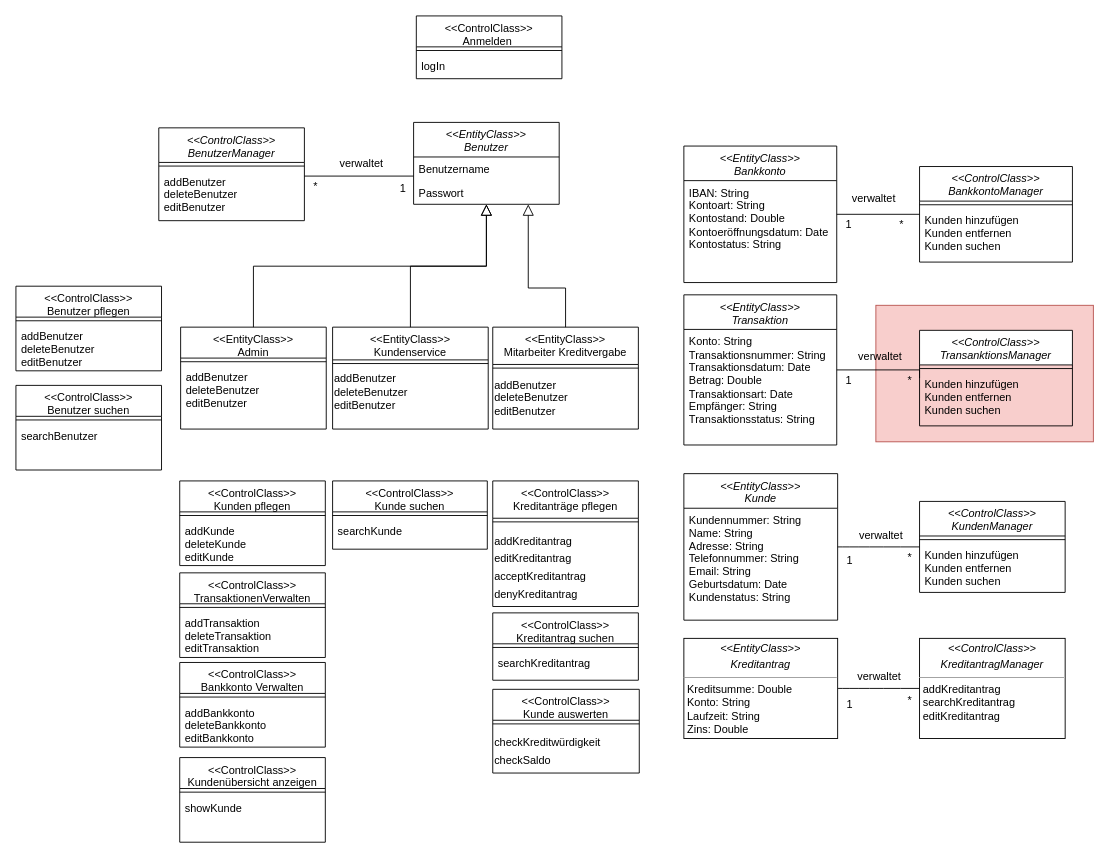
Earlier version of the draw.io diagram page "Technischer Entwurf" (5 of 5) of Datenmodell.drawio (JaSc2912/VerteilteAnwendungen). Source tidied: cells renumbered, new cells numbered last; positions are measured from the earlier drawing's top-left corner, leaving out a move shared by most shapes. Both pictures are drawn from the tidied source at 91%, with x=0, y=0 at pixel (15, 15).
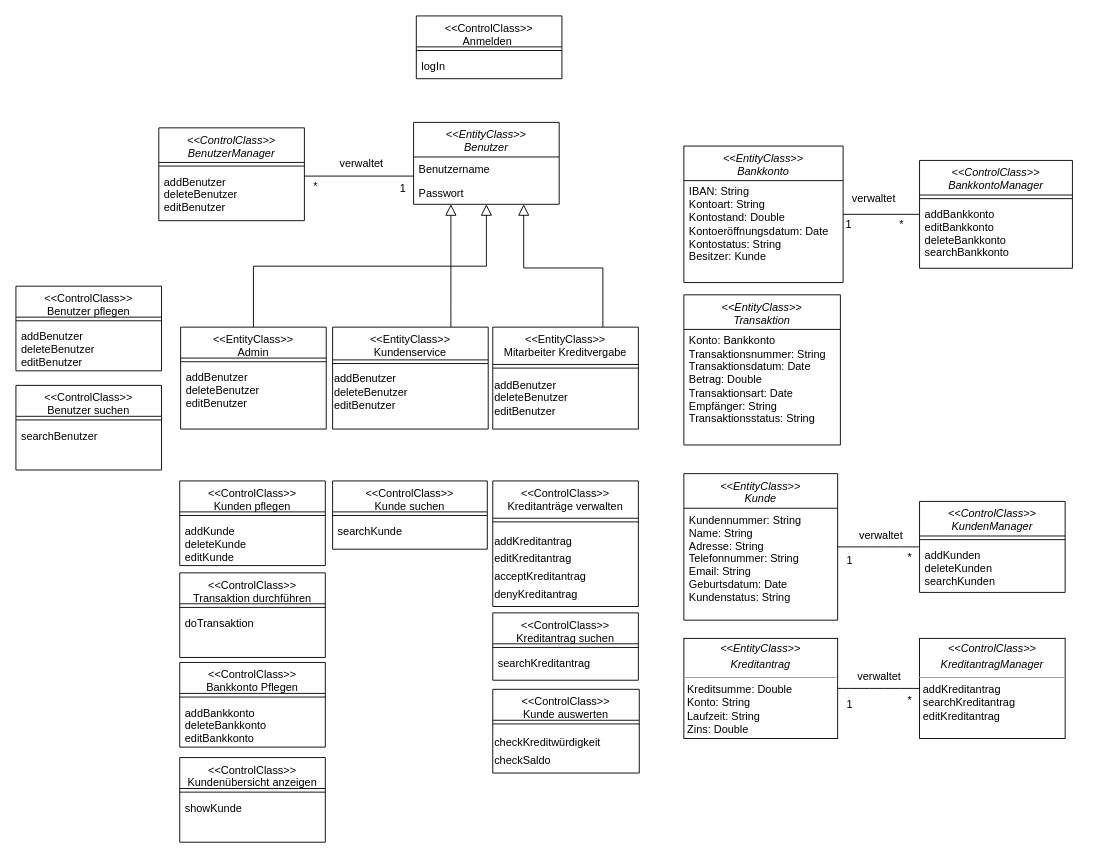
The same diagram, later.

Unchanged cells that the change refers to:
```xml
<mxCell id="3" value="&lt;&lt;EntityClass&gt;&gt;&#10;Benutzer" style="swimlane;fontStyle=2;align=center;verticalAlign=top;horizontal=1;startSize=38;rounded=0;shadow=0;strokeWidth=1;" parent="1" vertex="1">
  <mxGeometry x="437" y="117" width="160" height="90" as="geometry" />
</mxCell>
<mxCell id="10" value="&lt;&lt;EntityClass&gt;&gt;&#10;Kundenservice" style="swimlane;fontStyle=0;align=center;verticalAlign=top;horizontal=1;startSize=36;rounded=0;shadow=0;strokeWidth=1;" parent="1" vertex="1">
  <mxGeometry x="348" y="342" width="171" height="112" as="geometry" />
</mxCell>
<mxCell id="14" value="&lt;&lt;EntityClass&gt;&gt;&#10;Mitarbeiter Kreditvergabe" style="swimlane;fontStyle=0;align=center;verticalAlign=top;horizontal=1;startSize=41;rounded=0;shadow=0;strokeWidth=1;" parent="1" vertex="1">
  <mxGeometry x="524" y="342" width="160" height="112" as="geometry" />
</mxCell>
<mxCell id="28" value="&lt;&lt;ControlClass&gt;&gt;&#10;KundenManager" style="swimlane;fontStyle=2;align=center;verticalAlign=top;horizontal=1;startSize=38;rounded=0;shadow=0;strokeWidth=1;" parent="1" vertex="1">
  <mxGeometry x="993" y="533.5" width="160" height="100" as="geometry" />
</mxCell>
```

What changed in the source:
```diff
@@
-    <mxCell id="2" style="rounded=0;whiteSpace=wrap;html=1;fillColor=#f8cecc;strokeColor=#b85450;rotation=0;" parent="1" vertex="1">
-      <mxGeometry x="945" y="318" width="239" height="150" as="geometry" />
-    </mxCell>
@@
-    <mxCell id="13" style="endArrow=block;endSize=10;endFill=0;shadow=0;strokeWidth=1;rounded=0;curved=0;edgeStyle=elbowEdgeStyle;elbow=vertical;fontSize=12;" parent="1" edge="1" source="10" target="3">
-      <mxGeometry relative="1" as="geometry" />
+    <mxCell id="13" style="endArrow=block;endSize=10;endFill=0;shadow=0;strokeWidth=1;rounded=0;curved=0;edgeStyle=elbowEdgeStyle;elbow=vertical;fontSize=12;" parent="1" edge="1">
+      <mxGeometry relative="1" as="geometry">
+        <mxPoint x="478" y="342" as="sourcePoint" />
+        <mxPoint x="478" y="207" as="targetPoint" />
+        <Array as="points">
+          <mxPoint x="478" y="317" />
+        </Array>
+      </mxGeometry>
     </mxCell>
@@
-    <mxCell id="16" style="endArrow=block;endSize=10;endFill=0;shadow=0;strokeWidth=1;rounded=0;curved=0;edgeStyle=elbowEdgeStyle;elbow=vertical;fontSize=12;exitX=0.5;exitY=0;exitDx=0;exitDy=0;" parent="1" edge="1" source="14" target="3">
+    <mxCell id="16" style="endArrow=block;endSize=10;endFill=0;shadow=0;strokeWidth=1;rounded=0;curved=0;edgeStyle=elbowEdgeStyle;elbow=vertical;fontSize=12;exitX=0.5;exitY=0;exitDx=0;exitDy=0;" parent="1" edge="1">
       <mxGeometry relative="1" as="geometry">
+        <mxPoint x="645" y="342" as="sourcePoint" />
+        <mxPoint x="558" y="207" as="targetPoint" />
         <Array as="points">
-          <mxPoint x="563" y="299" />
+          <mxPoint x="605" y="277" />
         </Array>
       </mxGeometry>
     </mxCell>
@@
     <mxCell id="21" value="&lt;&lt;EntityClass&gt;&gt;&#10;Bankkonto" style="swimlane;fontStyle=2;align=center;verticalAlign=top;horizontal=1;startSize=38;rounded=0;shadow=0;strokeWidth=1;" parent="1" vertex="1">
-      <mxGeometry x="734" y="143" width="168" height="150" as="geometry" />
+      <mxGeometry x="734" y="143" width="175" height="150" as="geometry" />
     </mxCell>
-    <mxCell id="22" value="&lt;p align=&quot;left&quot; style=&quot;margin:0px;margin-left:4px;&quot;&gt;IBAN: String&lt;/p&gt;&lt;p align=&quot;left&quot; style=&quot;margin:0px;margin-left:4px;&quot;&gt;Kontoart: String&lt;/p&gt;&lt;p align=&quot;left&quot; style=&quot;margin:0px;margin-left:4px;&quot;&gt;Kontostand: Double&lt;/p&gt;&lt;p align=&quot;left&quot; style=&quot;margin:0px;margin-left:4px;&quot;&gt;Kontoeröffnungsdatum: Date&lt;/p&gt;&lt;p align=&quot;left&quot; style=&quot;margin:0px;margin-left:4px;&quot;&gt;Kontostatus: String&lt;/p&gt;" style="text;html=1;align=left;verticalAlign=middle;strokeColor=none;fillColor=none;" parent="21" vertex="1">
-      <mxGeometry y="38" width="168" height="84" as="geometry" />
+    <mxCell id="22" value="&lt;p align=&quot;left&quot; style=&quot;margin:0px;margin-left:4px;&quot;&gt;IBAN: String&lt;/p&gt;&lt;p align=&quot;left&quot; style=&quot;margin:0px;margin-left:4px;&quot;&gt;Kontoart: String&lt;/p&gt;&lt;p align=&quot;left&quot; style=&quot;margin:0px;margin-left:4px;&quot;&gt;Kontostand: Double&lt;/p&gt;&lt;p align=&quot;left&quot; style=&quot;margin:0px;margin-left:4px;&quot;&gt;Kontoeröffnungsdatum: Date&lt;/p&gt;&lt;p align=&quot;left&quot; style=&quot;margin:0px;margin-left:4px;&quot;&gt;Kontostatus: String&lt;/p&gt;&lt;p align=&quot;left&quot; style=&quot;margin:0px;margin-left:4px;&quot;&gt;Besitzer: Kunde&lt;/p&gt;" style="text;html=1;align=left;verticalAlign=middle;strokeColor=none;fillColor=none;" parent="21" vertex="1">
+      <mxGeometry y="38" width="175" height="96" as="geometry" />
     </mxCell>
     <mxCell id="23" value="&lt;&lt;EntityClass&gt;&gt;&#10;Transaktion" style="swimlane;fontStyle=2;align=center;verticalAlign=top;horizontal=1;startSize=38;rounded=0;shadow=0;strokeWidth=1;" parent="1" vertex="1">
-      <mxGeometry x="734" y="306.5" width="168" height="165" as="geometry" />
+      <mxGeometry x="734" y="306.5" width="172" height="165" as="geometry" />
     </mxCell>
-    <mxCell id="24" value="&lt;p align=&quot;left&quot; style=&quot;margin:0px;margin-left:4px;&quot;&gt;Konto: String&lt;br&gt;&lt;/p&gt;&lt;p align=&quot;left&quot; style=&quot;margin:0px;margin-left:4px;&quot;&gt;Transaktionsnummer: String&lt;/p&gt;&lt;p align=&quot;left&quot; style=&quot;margin:0px;margin-left:4px;&quot;&gt;Transaktionsdatum: Date&lt;/p&gt;&lt;p align=&quot;left&quot; style=&quot;margin:0px;margin-left:4px;&quot;&gt;Betrag: Double&lt;/p&gt;&lt;p align=&quot;left&quot; style=&quot;margin:0px;margin-left:4px;&quot;&gt;Transaktionsart: Date&lt;/p&gt;&lt;p align=&quot;left&quot; style=&quot;margin:0px;margin-left:4px;&quot;&gt;Empfänger: String&lt;/p&gt;&lt;p align=&quot;left&quot; style=&quot;margin:0px;margin-left:4px;&quot;&gt;Transaktionsstatus: String&lt;/p&gt;" style="text;html=1;align=left;verticalAlign=middle;strokeColor=none;fillColor=none;" parent="23" vertex="1">
-      <mxGeometry y="38" width="168" height="113" as="geometry" />
+    <mxCell id="24" value="&lt;p align=&quot;left&quot; style=&quot;margin:0px;margin-left:4px;&quot;&gt;Konto: Bankkonto&lt;br&gt;&lt;/p&gt;&lt;p align=&quot;left&quot; style=&quot;margin:0px;margin-left:4px;&quot;&gt;Transaktionsnummer: String&lt;/p&gt;&lt;p align=&quot;left&quot; style=&quot;margin:0px;margin-left:4px;&quot;&gt;Transaktionsdatum: Date&lt;/p&gt;&lt;p align=&quot;left&quot; style=&quot;margin:0px;margin-left:4px;&quot;&gt;Betrag: Double&lt;/p&gt;&lt;p align=&quot;left&quot; style=&quot;margin:0px;margin-left:4px;&quot;&gt;Transaktionsart: Date&lt;/p&gt;&lt;p align=&quot;left&quot; style=&quot;margin:0px;margin-left:4px;&quot;&gt;Empfänger: String&lt;/p&gt;&lt;p align=&quot;left&quot; style=&quot;margin:0px;margin-left:4px;&quot;&gt;Transaktionsstatus: String&lt;/p&gt;" style="text;html=1;align=left;verticalAlign=middle;strokeColor=none;fillColor=none;" parent="23" vertex="1">
+      <mxGeometry y="38" width="172" height="110" as="geometry" />
     </mxCell>
@@
-    <mxCell id="30" value="Kunden hinzufügen&#10;Kunden entfernen&#10;Kunden suchen" style="text;align=left;verticalAlign=top;spacingLeft=4;spacingRight=4;overflow=hidden;" parent="28" vertex="1">
+    <mxCell id="30" value="addKunden&#10;deleteKunden&#10;searchKunden" style="text;align=left;verticalAlign=top;spacingLeft=4;spacingRight=4;overflow=hidden;" parent="28" vertex="1">
       <mxGeometry y="46" width="160" height="54" as="geometry" />
     </mxCell>
     <mxCell id="31" value="&lt;&lt;ControlClass&gt;&gt;&#10;BankkontoManager" style="swimlane;fontStyle=2;align=center;verticalAlign=top;horizontal=1;startSize=38;rounded=0;shadow=0;strokeWidth=1;" parent="1" vertex="1">
-      <mxGeometry x="993" y="165.5" width="168" height="105" as="geometry" />
+      <mxGeometry x="993" y="158.8" width="168" height="118.5" as="geometry" />
     </mxCell>
@@
-    <mxCell id="33" value="Kunden hinzufügen&#10;Kunden entfernen&#10;Kunden suchen" style="text;align=left;verticalAlign=top;spacingLeft=4;spacingRight=4;overflow=hidden;" parent="31" vertex="1">
-      <mxGeometry y="46" width="168" height="54" as="geometry" />
+    <mxCell id="33" value="addBankkonto&#10;editBankkonto&#10;deleteBankkonto&#10;searchBankkonto" style="text;align=left;verticalAlign=top;spacingLeft=4;spacingRight=4;overflow=hidden;" parent="31" vertex="1">
+      <mxGeometry y="46" width="168" height="70" as="geometry" />
     </mxCell>
@@
-    <mxCell id="36" style="edgeStyle=orthogonalEdgeStyle;rounded=0;jettySize=auto;html=1;exitX=0;exitY=0.5;exitDx=0;exitDy=0;endArrow=none;startFill=0;" parent="1" edge="1" source="37" target="23">
-      <mxGeometry relative="1" as="geometry">
-        <Array as="points">
-          <mxPoint x="993" y="389" />
-        </Array>
-      </mxGeometry>
-    </mxCell>
-    <mxCell id="37" value="&lt;&lt;ControlClass&gt;&gt;&#10;TransanktionsManager" style="swimlane;fontStyle=2;align=center;verticalAlign=top;horizontal=1;startSize=38;rounded=0;shadow=0;strokeWidth=1;" parent="1" vertex="1">
-      <mxGeometry x="993" y="345.5" width="168" height="105" as="geometry" />
-    </mxCell>
-    <mxCell id="38" style="line;html=1;strokeWidth=1;align=left;verticalAlign=middle;spacingTop=-1;spacingLeft=3;spacingRight=3;labelPosition=right;" parent="37" vertex="1">
-      <mxGeometry y="38" width="168" height="8" as="geometry" />
-    </mxCell>
-    <mxCell id="39" value="Kunden hinzufügen&#10;Kunden entfernen&#10;Kunden suchen" style="text;align=left;verticalAlign=top;spacingLeft=4;spacingRight=4;overflow=hidden;" parent="37" vertex="1">
-      <mxGeometry y="46" width="168" height="54" as="geometry" />
-    </mxCell>
-    <mxCell id="40" value="verwaltet" style="text;strokeColor=none;fillColor=none;html=1;align=center;verticalAlign=middle;whiteSpace=wrap;rounded=0;fontSize=12;" parent="1" vertex="1">
-      <mxGeometry x="916" y="360" width="68" height="30" as="geometry" />
-    </mxCell>
@@
-    <mxCell id="43" value="1" style="text;html=1;align=center;verticalAlign=middle;strokeColor=none;fillColor=none;" parent="1" vertex="1">
-      <mxGeometry x="902" y="388" width="25" height="26" as="geometry" />
-    </mxCell>
-    <mxCell id="44" value="*" style="text;html=1;align=center;verticalAlign=middle;strokeColor=none;fillColor=none;" parent="1" vertex="1">
-      <mxGeometry x="970" y="388" width="23" height="26" as="geometry" />
-    </mxCell>
@@
-    <mxCell id="57" value="&lt;&lt;ControlClass&gt;&gt;&#10;Kreditanträge pflegen" style="swimlane;fontStyle=0;align=center;verticalAlign=top;horizontal=1;startSize=41;rounded=0;shadow=0;strokeWidth=1;" parent="1" vertex="1">
+    <mxCell id="57" value="&lt;&lt;ControlClass&gt;&gt;&#10;Kreditanträge verwalten" style="swimlane;fontStyle=0;align=center;verticalAlign=top;horizontal=1;startSize=41;rounded=0;shadow=0;strokeWidth=1;" parent="1" vertex="1">
       <mxGeometry x="524" y="511" width="160" height="138" as="geometry" />
     </mxCell>
@@
-    <mxCell id="82" value="&lt;&lt;ControlClass&gt;&gt;&#10;TransaktionenVerwalten" style="swimlane;fontStyle=0;align=center;verticalAlign=top;horizontal=1;startSize=34;rounded=0;shadow=0;strokeWidth=1;" parent="1" vertex="1">
+    <mxCell id="82" value="&lt;&lt;ControlClass&gt;&gt;&#10;Transaktion durchführen" style="swimlane;fontStyle=0;align=center;verticalAlign=top;horizontal=1;startSize=34;rounded=0;shadow=0;strokeWidth=1;" parent="1" vertex="1">
       <mxGeometry x="180" y="612" width="160" height="93" as="geometry" />
     </mxCell>
@@
-    <mxCell id="84" value="addTransaktion&#10;deleteTransaktion&#10;editTransaktion" style="text;align=left;verticalAlign=top;spacingLeft=4;spacingRight=4;overflow=hidden;fontStyle=0;" parent="82" vertex="1">
+    <mxCell id="84" value="doTransaktion" style="text;align=left;verticalAlign=top;spacingLeft=4;spacingRight=4;overflow=hidden;fontStyle=0;" parent="82" vertex="1">
       <mxGeometry y="42" width="160" height="51" as="geometry" />
     </mxCell>
-    <mxCell id="85" value="&lt;&lt;ControlClass&gt;&gt;&#10;Bankkonto Verwalten" style="swimlane;fontStyle=0;align=center;verticalAlign=top;horizontal=1;startSize=34;rounded=0;shadow=0;strokeWidth=1;" parent="1" vertex="1">
+    <mxCell id="85" value="&lt;&lt;ControlClass&gt;&gt;&#10;Bankkonto Pflegen" style="swimlane;fontStyle=0;align=center;verticalAlign=top;horizontal=1;startSize=34;rounded=0;shadow=0;strokeWidth=1;" parent="1" vertex="1">
       <mxGeometry x="180" y="710.5" width="160" height="93" as="geometry" />
     </mxCell>
```
